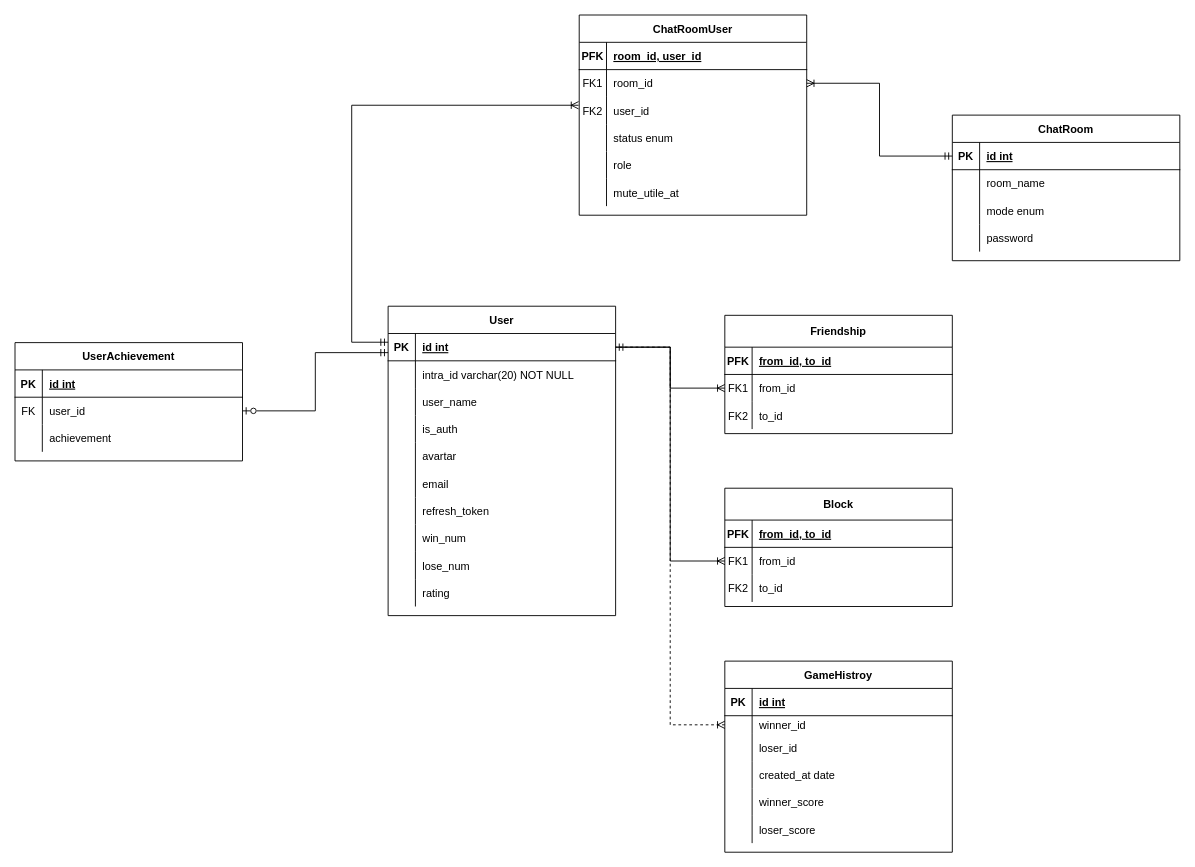
42MVP/ft_transcendence keeps this draw.io diagram as Untitled.drawio. Above is the earlier version. Source tidied: cells renumbered, new cells numbered last; positions are measured from the earlier drawing's top-left corner, leaving out a move shared by most shapes. Both pictures are drawn from the tidied source at 91%, with x=0, y=0 at pixel (15, 15).
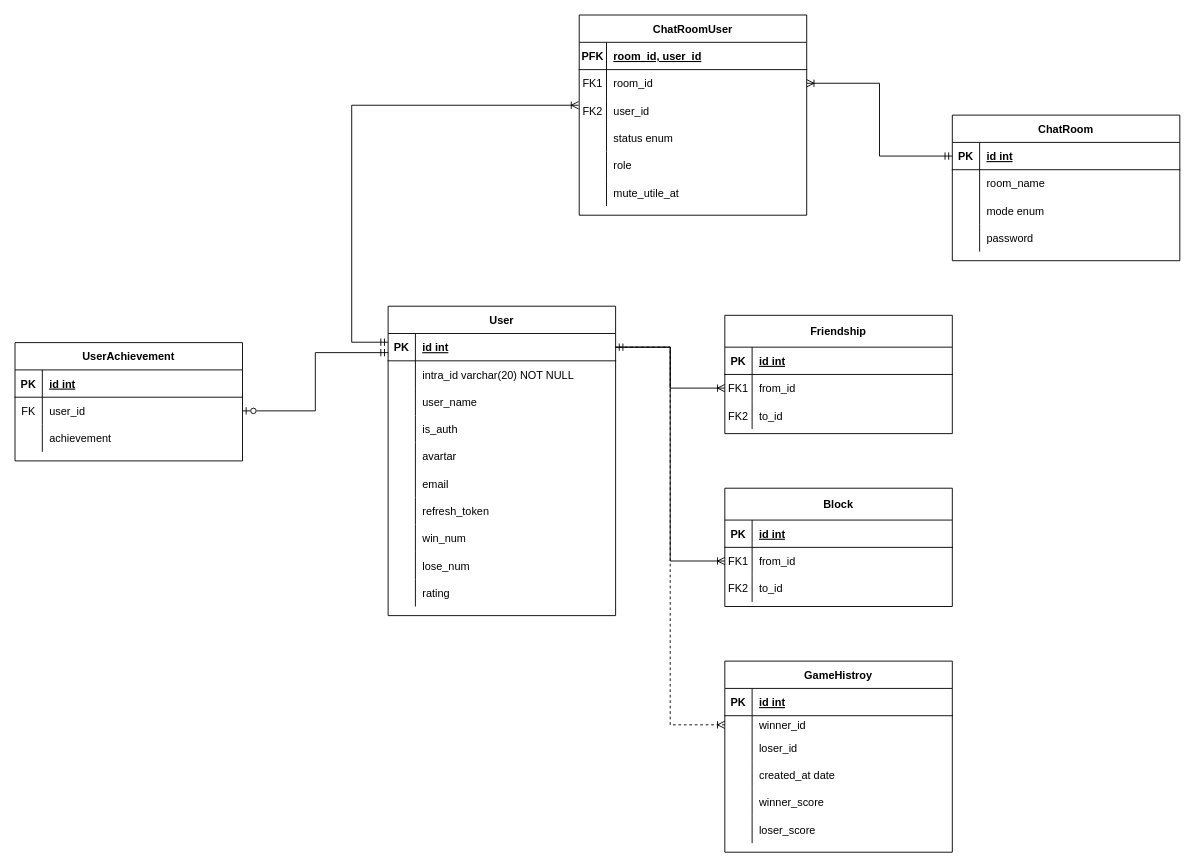
Above is the later version.

Commit message:
📝 DOC: Friendship, Block 테이블 일반 PK로 변경

Unchanged cells that the change refers to:
```xml
<mxCell id="34" style="shape=partialRectangle;fillColor=none;top=0;left=0;right=0;bottom=1;" parent="33" vertex="1">
  <mxGeometry y="35" width="250" height="30" as="geometry" />
</mxCell>
<mxCell id="110" style="shape=partialRectangle;fillColor=none;top=0;left=0;right=0;bottom=1;" parent="109" vertex="1">
  <mxGeometry y="35" width="250" height="30" as="geometry" />
</mxCell>
```

Diff of the diagram source:
```diff
@@
-    <mxCell id="35" value="PFK" style="shape=partialRectangle;overflow=hidden;fillColor=none;top=0;left=0;bottom=0;right=0;fontStyle=1;" parent="34" vertex="1">
+    <mxCell id="35" value="PK" style="shape=partialRectangle;overflow=hidden;fillColor=none;top=0;left=0;bottom=0;right=0;fontStyle=1;" parent="34" vertex="1">
       <mxGeometry width="30" height="30" as="geometry" />
     </mxCell>
-    <mxCell id="36" value="from_id, to_id" style="shape=partialRectangle;overflow=hidden;fillColor=none;top=0;left=0;bottom=0;right=0;align=left;spacingLeft=6;fontStyle=5;" parent="34" vertex="1">
+    <mxCell id="36" value="id int" style="shape=partialRectangle;overflow=hidden;fillColor=none;top=0;left=0;bottom=0;right=0;align=left;spacingLeft=6;fontStyle=5;" parent="34" vertex="1">
       <mxGeometry x="30" width="220" height="30" as="geometry" />
     </mxCell>
@@
-    <mxCell id="111" value="PFK" style="shape=partialRectangle;overflow=hidden;fillColor=none;top=0;left=0;bottom=0;right=0;fontStyle=1;" parent="110" vertex="1">
+    <mxCell id="111" value="PK" style="shape=partialRectangle;overflow=hidden;fillColor=none;top=0;left=0;bottom=0;right=0;fontStyle=1;" parent="110" vertex="1">
       <mxGeometry width="30" height="30" as="geometry" />
     </mxCell>
-    <mxCell id="112" value="from_id, to_id" style="shape=partialRectangle;overflow=hidden;fillColor=none;top=0;left=0;bottom=0;right=0;align=left;spacingLeft=6;fontStyle=5;" parent="110" vertex="1">
+    <mxCell id="112" value="id int" style="shape=partialRectangle;overflow=hidden;fillColor=none;top=0;left=0;bottom=0;right=0;align=left;spacingLeft=6;fontStyle=5;" parent="110" vertex="1">
       <mxGeometry x="30" width="220" height="30" as="geometry" />
     </mxCell>
```
